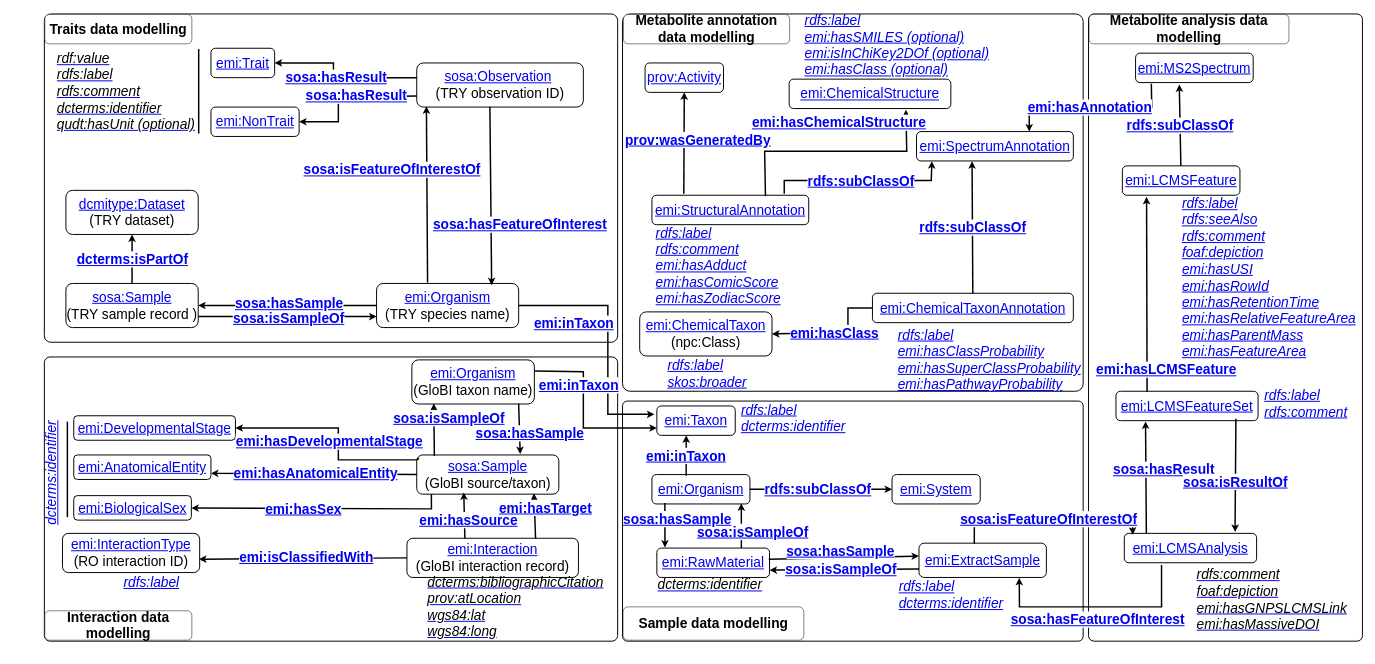
Above: figures/Fig1_dataSchema_withLinks.drawio.xml in earth-metabolome-initiative/metrin-kg (draw.io), before the change. Source tidied: cells renumbered, new cells numbered last; positions are measured from the earlier drawing's top-left corner, leaving out a move shared by most shapes. Both pictures are drawn from the tidied source at 49%, with x=0, y=0 at pixel (-24, 8).
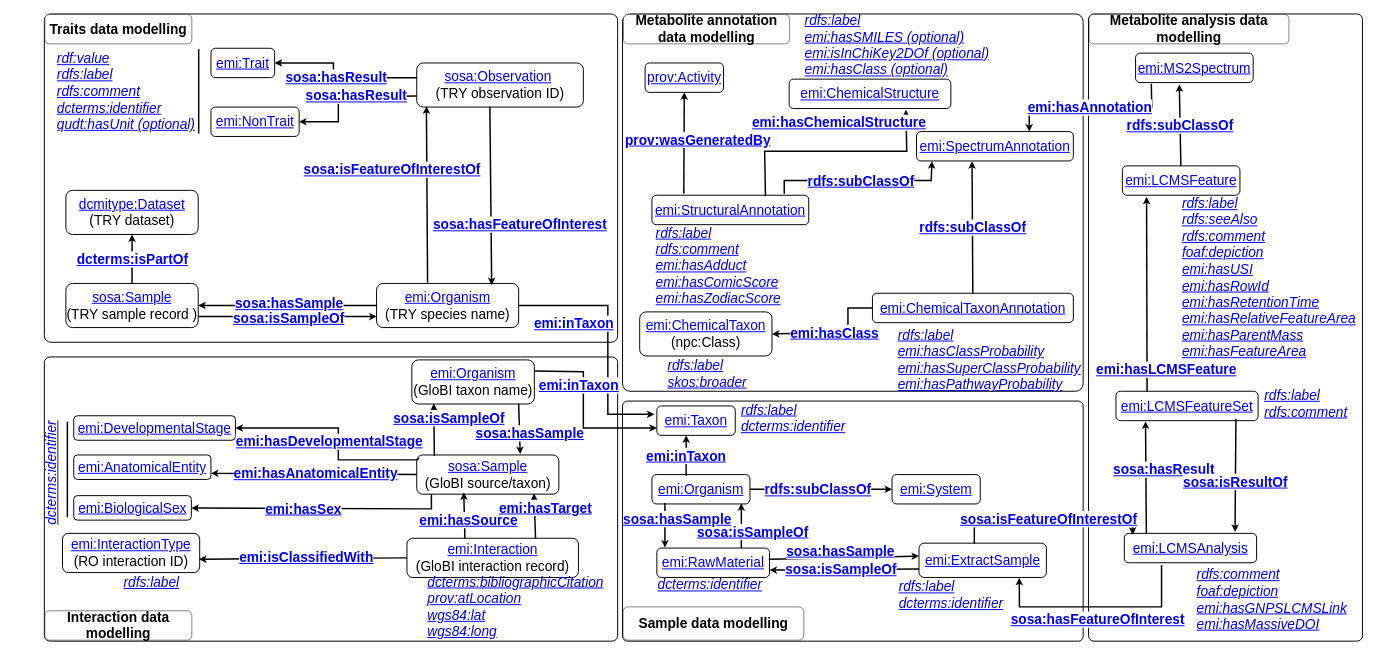
The same diagram, later.

Commit message (it also covers changes not shown here):
fixed the color issue - see notes for what was done

What changed in the source:
```diff
@@
-    <mxCell id="42" value="&lt;div&gt;&lt;a href=&quot;http://www.w3.org/2000/01/rdf-schema#label&quot;&gt;&lt;span&gt;&lt;i&gt;rdfs:label&lt;/i&gt;&lt;/span&gt;&lt;/a&gt;&lt;/div&gt;&lt;div&gt;&lt;a href=&quot;http://www.w3.org/2000/01/rdf-schema#seeAlso&quot;&gt;&lt;span&gt;&lt;i&gt;rdfs:seeAlso&lt;/i&gt;&lt;/span&gt;&lt;/a&gt;&lt;/div&gt;&lt;div&gt;&lt;a href=&quot;http://www.w3.org/2000/01/rdf-schema#comment&quot;&gt;&lt;span&gt;&lt;i&gt;rdfs:comment&lt;/i&gt;&lt;/span&gt;&lt;/a&gt;&lt;/div&gt;&lt;div&gt;&lt;a href=&quot;http://xmlns.com/foaf/0.1/depiction&quot;&gt;&lt;span&gt;&lt;i&gt;foaf:depiction&lt;/i&gt;&lt;/span&gt;&lt;/a&gt;&lt;/div&gt;&lt;div&gt;&lt;a href=&quot;https://w3id.org/emi#hasUSI&quot;&gt;&lt;span&gt;&lt;i&gt;emi:hasUSI&lt;/i&gt;&lt;/span&gt;&lt;/a&gt;&lt;/div&gt;&lt;div&gt;&lt;a href=&quot;https://w3id.org/emi#hasRowId&quot;&gt;&lt;span&gt;&lt;i&gt;emi:hasRowId&lt;/i&gt;&lt;/span&gt;&lt;/a&gt;&lt;/div&gt;&lt;div&gt;&lt;a href=&quot;https://w3id.org/emi#hasRetentionTime&quot;&gt;&lt;span&gt;&lt;i&gt;emi:hasRetentionTime&lt;/i&gt;&lt;/span&gt;&lt;/a&gt;&lt;/div&gt;&lt;div&gt;&lt;a href=&quot;https://w3id.org/emi#hasRelativeFeatureArea&quot;&gt;&lt;span&gt;&lt;i&gt;emi:hasRelativeFeatureArea&lt;/i&gt;&lt;/span&gt;&lt;/a&gt;&lt;/div&gt;&lt;div&gt;&lt;a href=&quot;https://w3id.org/emi#hasParentMass&quot;&gt;&lt;span&gt;&lt;i&gt;emi:hasParentMass&lt;/i&gt;&lt;/span&gt;&lt;/a&gt;&lt;/div&gt;&lt;div&gt;&lt;a href=&quot;https://w3id.org/emi#hasFeatureArea&quot;&gt;&lt;span&gt;&lt;i&gt;emi:hasFeatureArea&lt;/i&gt;&lt;/span&gt;&lt;/a&gt;&lt;/div&gt;" style="text;html=1;align=left;verticalAlign=middle;strokeColor=none;fillColor=none;fontSize=28;horizontal=1;fontFamily=Helvetica;fontColor=default;fontStyle=0;" parent="1" vertex="1">
+    <mxCell id="42" value="&lt;div&gt;&lt;a href=&quot;http://www.w3.org/2000/01/rdf-schema#label&quot;&gt;&lt;span&gt;&lt;i&gt;rdfs:label&lt;/i&gt;&lt;/span&gt;&lt;/a&gt;&lt;/div&gt;&lt;div&gt;&lt;a href=&quot;http://www.w3.org/2000/01/rdf-schema#seeAlso&quot;&gt;&lt;span&gt;&lt;i&gt;rdfs:seeAlso&lt;/i&gt;&lt;/span&gt;&lt;/a&gt;&lt;/div&gt;&lt;div&gt;&lt;a href=&quot;http://www.w3.org/2000/01/rdf-schema#comment&quot;&gt;&lt;span&gt;&lt;i&gt;rdfs:comment&lt;/i&gt;&lt;/span&gt;&lt;/a&gt;&lt;/div&gt;&lt;div&gt;&lt;a href=&quot;http://xmlns.com/foaf/0.1/depiction&quot;&gt;&lt;span&gt;&lt;i&gt;foaf:depiction&lt;/i&gt;&lt;/span&gt;&lt;/a&gt;&lt;/div&gt;&lt;div&gt;&lt;a href=&quot;https://w3id.org/emi#hasUSI&quot;&gt;&lt;span&gt;&lt;i&gt;emi:hasUSI&lt;/i&gt;&lt;/span&gt;&lt;/a&gt;&lt;/div&gt;&lt;div&gt;&lt;a href=&quot;https://w3id.org/emi#hasRowId&quot;&gt;&lt;span&gt;&lt;i&gt;emi:hasRowId&lt;/i&gt;&lt;/span&gt;&lt;/a&gt;&lt;/div&gt;&lt;div&gt;&lt;a href=&quot;https://w3id.org/emi#hasRetentionTime&quot;&gt;&lt;span&gt;&lt;i&gt;emi:hasRetentionTime&lt;/i&gt;&lt;/span&gt;&lt;/a&gt;&lt;/div&gt;&lt;div&gt;&lt;a href=&quot;https://w3id.org/emi#hasRelativeFeatureArea&quot;&gt;&lt;span&gt;&lt;i&gt;emi:hasRelativeFeatureArea&lt;/i&gt;&lt;/span&gt;&lt;/a&gt;&lt;/div&gt;&lt;div&gt;&lt;a href=&quot;https://w3id.org/emi#hasParentMass&quot;&gt;&lt;span&gt;&lt;i&gt;emi:hasParentMass&lt;/i&gt;&lt;/span&gt;&lt;/a&gt;&lt;/div&gt;&lt;div&gt;&lt;a href=&quot;https://w3id.org/emi#hasFeatureArea&quot;&gt;&lt;span&gt;&lt;i&gt;emi:hasFeatureArea&lt;/i&gt;&lt;/span&gt;&lt;/a&gt;&lt;/div&gt;" style="text;html=1;align=left;verticalAlign=middle;strokeColor=none;fillColor=none;fontSize=28;horizontal=1;fontFamily=Helvetica;" parent="1" vertex="1">
       <mxGeometry x="2458" y="374" width="380" height="350" as="geometry" />
     </mxCell>
@@
-    <mxCell id="44" value="&lt;div&gt;&lt;a href=&quot;http://www.w3.org/2000/01/rdf-schema#comment&quot;&gt;&lt;i style=&quot;background-color: transparent; color: light-dark(rgb(0, 0, 0), rgb(255, 255, 255));&quot;&gt;rdfs:comment&lt;/i&gt;&lt;/a&gt;&lt;/div&gt;&lt;div&gt;&lt;a href=&quot;http://xmlns.com/foaf/0.1/depiction&quot;&gt;&lt;i style=&quot;background-color: transparent; color: light-dark(rgb(0, 0, 0), rgb(255, 255, 255));&quot;&gt;foaf:depiction&lt;/i&gt;&lt;/a&gt;&lt;/div&gt;&lt;div&gt;&lt;a href=&quot;https://w3id.org/emi#hasGNPSLCMSLink&quot;&gt;&lt;i style=&quot;background-color: transparent; color: light-dark(rgb(0, 0, 0), rgb(255, 255, 255));&quot;&gt;emi:hasGNPSLCMSLink&lt;/i&gt;&lt;/a&gt;&lt;/div&gt;&lt;div&gt;&lt;a href=&quot;https://w3id.org/emi#hasMassiveDOI&quot;&gt;&lt;i style=&quot;background-color: transparent; color: light-dark(rgb(0, 0, 0), rgb(255, 255, 255));&quot;&gt;emi:hasMassiveDOI&lt;/i&gt;&lt;/a&gt;&lt;/div&gt;" style="text;html=1;align=left;verticalAlign=middle;strokeColor=none;fillColor=none;fontSize=28;horizontal=1;fontFamily=Helvetica;fontColor=default;fontStyle=0;" parent="1" vertex="1">
+    <mxCell id="44" value="&lt;div&gt;&lt;a href=&quot;http://www.w3.org/2000/01/rdf-schema#comment&quot;&gt;&lt;i&gt;rdfs:comment&lt;/i&gt;&lt;/a&gt;&lt;/div&gt;&lt;div&gt;&lt;a href=&quot;http://xmlns.com/foaf/0.1/depiction&quot;&gt;&lt;i&gt;foaf:depiction&lt;/i&gt;&lt;/a&gt;&lt;/div&gt;&lt;div&gt;&lt;a href=&quot;https://w3id.org/emi#hasGNPSLCMSLink&quot;&gt;&lt;i&gt;emi:hasGNPSLCMSLink&lt;/i&gt;&lt;/a&gt;&lt;/div&gt;&lt;div&gt;&lt;a href=&quot;https://w3id.org/emi#hasMassiveDOI&quot;&gt;&lt;i&gt;emi:hasMassiveDOI&lt;/i&gt;&lt;/a&gt;&lt;/div&gt;" style="text;html=1;align=left;verticalAlign=middle;strokeColor=none;fillColor=none;fontSize=28;horizontal=1;fontFamily=Helvetica;fontColor=default;fontStyle=0;" parent="1" vertex="1">
       <mxGeometry x="2488" y="1131" width="330" height="150" as="geometry" />
     </mxCell>
@@
-    <mxCell id="65" value="&lt;div&gt;&lt;a href=&quot;http://purl.org/dc/terms/identifier&quot;&gt;&lt;i style=&quot;background-color: transparent; color: light-dark(rgb(0, 0, 0), rgb(255, 255, 255));&quot;&gt;dcterms:identifier&lt;/i&gt;&lt;/a&gt;&lt;/div&gt;" style="text;html=1;align=left;verticalAlign=middle;strokeColor=none;fillColor=none;fontSize=28;horizontal=1;fontFamily=Helvetica;fontColor=default;fontStyle=0;" parent="1" vertex="1">
+    <mxCell id="65" value="&lt;div&gt;&lt;a href=&quot;http://purl.org/dc/terms/identifier&quot;&gt;&lt;i&gt;dcterms:identifier&lt;/i&gt;&lt;/a&gt;&lt;/div&gt;" style="text;html=1;align=left;verticalAlign=middle;strokeColor=none;fillColor=none;fontSize=28;horizontal=1;fontFamily=Helvetica;fontColor=default;fontStyle=0;" parent="1" vertex="1">
       <mxGeometry x="1388" y="1151" width="240" height="50" as="geometry" />
     </mxCell>
@@
-    <mxCell id="78" value="&lt;div&gt;&lt;a href=&quot;http://www.w3.org/1999/02/22-rdf-syntax-ns#value&quot;&gt;&lt;i style=&quot;background-color: transparent; color: light-dark(rgb(0, 0, 0), rgb(255, 255, 255));&quot;&gt;rdf:value&lt;/i&gt;&lt;/a&gt;&lt;/div&gt;&lt;div&gt;&lt;a href=&quot;http://www.w3.org/2000/01/rdf-schema#label&quot;&gt;&lt;i style=&quot;background-color: transparent; color: light-dark(rgb(0, 0, 0), rgb(255, 255, 255));&quot;&gt;rdfs:label&lt;/i&gt;&lt;/a&gt;&lt;/div&gt;&lt;div&gt;&lt;a href=&quot;http://www.w3.org/2000/01/rdf-schema#comment&quot;&gt;&lt;i style=&quot;background-color: transparent; color: light-dark(rgb(0, 0, 0), rgb(255, 255, 255));&quot;&gt;rdfs:comment&lt;/i&gt;&lt;/a&gt;&lt;/div&gt;&lt;div&gt;&lt;a href=&quot;http://purl.org/dc/terms/identifier&quot;&gt;&lt;i style=&quot;background-color: transparent; color: light-dark(rgb(0, 0, 0), rgb(255, 255, 255));&quot;&gt;dcterms:identifier&lt;/i&gt;&lt;/a&gt;&lt;/div&gt;&lt;div&gt;&lt;a href=&quot;http://qudt.org/schema/qudt/hasUnit&quot;&gt;&lt;i style=&quot;background-color: transparent; color: light-dark(rgb(0, 0, 0), rgb(255, 255, 255));&quot;&gt;qudt:hasUnit (optional)&lt;/i&gt;&lt;/a&gt;&lt;/div&gt;&lt;div&gt;&lt;br&gt;&lt;/div&gt;" style="text;html=1;align=left;verticalAlign=middle;strokeColor=none;fillColor=none;fontSize=28;horizontal=1;fontFamily=Helvetica;fontColor=default;fontStyle=0;" parent="1" vertex="1">
+    <mxCell id="78" value="&lt;div&gt;&lt;a href=&quot;http://www.w3.org/1999/02/22-rdf-syntax-ns#value&quot;&gt;&lt;i&gt;rdf:value&lt;/i&gt;&lt;/a&gt;&lt;/div&gt;&lt;div&gt;&lt;a href=&quot;http://www.w3.org/2000/01/rdf-schema#label&quot;&gt;&lt;i&gt;rdfs:label&lt;/i&gt;&lt;/a&gt;&lt;/div&gt;&lt;div&gt;&lt;a href=&quot;http://www.w3.org/2000/01/rdf-schema#comment&quot;&gt;&lt;i&gt;rdfs:comment&lt;/i&gt;&lt;/a&gt;&lt;/div&gt;&lt;div&gt;&lt;a href=&quot;http://purl.org/dc/terms/identifier&quot;&gt;&lt;i&gt;dcterms:identifier&lt;/i&gt;&lt;/a&gt;&lt;/div&gt;&lt;div&gt;&lt;a href=&quot;http://qudt.org/schema/qudt/hasUnit&quot;&gt;&lt;i&gt;qudt:hasUnit (optional)&lt;/i&gt;&lt;/a&gt;&lt;/div&gt;&lt;div&gt;&lt;br&gt;&lt;/div&gt;" style="text;html=1;align=left;verticalAlign=middle;strokeColor=none;fillColor=none;fontSize=28;horizontal=1;fontFamily=Helvetica;fontColor=default;fontStyle=0;" parent="1" vertex="1">
       <mxGeometry x="162" y="76" width="310" height="220" as="geometry" />
     </mxCell>
@@
-    <mxCell id="108" value="&lt;div&gt;&lt;a href=&quot;http://purl.org/dc/terms/bibliographicCitation&quot;&gt;&lt;i style=&quot;background-color: transparent; color: light-dark(rgb(0, 0, 0), rgb(255, 255, 255));&quot;&gt;dcterms:bibliographicCitation&lt;/i&gt;&lt;/a&gt;&lt;/div&gt;&lt;div&gt;&lt;a href=&quot;http://www.w3.org/ns/prov#atLocation&quot;&gt;&lt;i style=&quot;background-color: transparent; color: light-dark(rgb(0, 0, 0), rgb(255, 255, 255));&quot;&gt;prov:atLocation&lt;/i&gt;&lt;/a&gt;&lt;/div&gt;&lt;div&gt;&lt;a href=&quot;http://www.w3.org/2003/01/geo/wgs84_pos#lat&quot;&gt;&lt;i style=&quot;background-color: transparent; color: light-dark(rgb(0, 0, 0), rgb(255, 255, 255));&quot;&gt;wgs84:lat&lt;/i&gt;&lt;/a&gt;&lt;/div&gt;&lt;div&gt;&lt;a href=&quot;http://www.w3.org/2003/01/geo/wgs84_pos#long&quot;&gt;&lt;i style=&quot;background-color: transparent; color: light-dark(rgb(0, 0, 0), rgb(255, 255, 255));&quot;&gt;wgs84:long&lt;/i&gt;&lt;/a&gt;&lt;/div&gt;" style="text;html=1;align=left;verticalAlign=middle;strokeColor=none;fillColor=none;fontSize=28;horizontal=1;fontFamily=Helvetica;fontColor=default;fontStyle=0;" parent="1" vertex="1">
+    <mxCell id="108" value="&lt;div&gt;&lt;a href=&quot;http://purl.org/dc/terms/bibliographicCitation&quot;&gt;&lt;i&gt;dcterms:bibliographicCitation&lt;/i&gt;&lt;/a&gt;&lt;/div&gt;&lt;div&gt;&lt;a href=&quot;http://www.w3.org/ns/prov#atLocation&quot;&gt;&lt;i&gt;prov:atLocation&lt;/i&gt;&lt;/a&gt;&lt;/div&gt;&lt;div&gt;&lt;a href=&quot;http://www.w3.org/2003/01/geo/wgs84_pos#lat&quot;&gt;&lt;i&gt;wgs84:lat&lt;/i&gt;&lt;/a&gt;&lt;/div&gt;&lt;div&gt;&lt;a href=&quot;http://www.w3.org/2003/01/geo/wgs84_pos#long&quot;&gt;&lt;i&gt;wgs84:long&lt;/i&gt;&lt;/a&gt;&lt;/div&gt;" style="text;html=1;align=left;verticalAlign=middle;strokeColor=none;fillColor=none;fontSize=28;horizontal=1;fontFamily=Helvetica;fontColor=default;fontStyle=0;" parent="1" vertex="1">
       <mxGeometry x="918" y="1146" width="380" height="150" as="geometry" />
     </mxCell>
```
